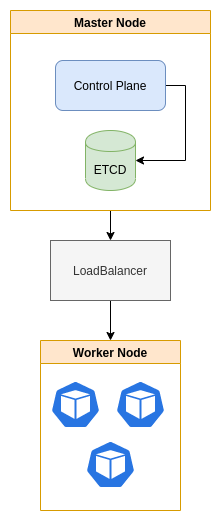
Before: .images/k8s_simple.png, a diagram exported from draw.io (rgroemmer/k8s-introduction). Source tidied: cells renumbered, new cells last; positions are measured from the earlier drawing's top-left corner, leaving out a move shared by most shapes. Its diagram source:
```xml
<mxGraphModel>
  <root>
    <mxCell id="0" />
    <mxCell id="1" parent="0" />
    <mxCell id="2" style="edgeStyle=orthogonalEdgeStyle;rounded=0;jettySize=auto;html=1;entryX=0.5;entryY=0;entryDx=0;entryDy=0;" parent="1" edge="1" source="3" target="8">
      <mxGeometry relative="1" as="geometry" />
    </mxCell>
    <mxCell id="3" value="Master Node" style="swimlane;fillColor=#ffe6cc;strokeColor=#d79b00;" parent="1" vertex="1">
      <mxGeometry width="200" height="200" as="geometry" />
    </mxCell>
    <mxCell id="4" style="edgeStyle=orthogonalEdgeStyle;rounded=0;jettySize=auto;html=1;entryX=1;entryY=0.5;entryDx=0;entryDy=0;exitX=1;exitY=0.5;exitDx=0;exitDy=0;" parent="3" edge="1" source="5" target="6">
      <mxGeometry relative="1" as="geometry">
        <Array as="points">
          <mxPoint x="175" y="75" />
          <mxPoint x="175" y="150" />
        </Array>
      </mxGeometry>
    </mxCell>
    <mxCell id="5" value="Control Plane" style="rounded=1;whiteSpace=wrap;html=1;fillColor=#dae8fc;strokeColor=#6c8ebf;" parent="3" vertex="1">
      <mxGeometry x="45" y="50" width="110" height="50" as="geometry" />
    </mxCell>
    <mxCell id="6" value="ETCD" style="shape=cylinder;whiteSpace=wrap;html=1;boundedLbl=1;backgroundOutline=1;fillColor=#d5e8d4;strokeColor=#82b366;" parent="3" vertex="1">
      <mxGeometry x="75" y="120" width="50" height="60" as="geometry" />
    </mxCell>
    <mxCell id="7" style="edgeStyle=orthogonalEdgeStyle;rounded=0;jettySize=auto;html=1;entryX=0.5;entryY=0;entryDx=0;entryDy=0;" parent="1" edge="1" source="8" target="9">
      <mxGeometry relative="1" as="geometry" />
    </mxCell>
    <mxCell id="8" value="LoadBalancer" style="rounded=0;whiteSpace=wrap;html=1;fillColor=#f5f5f5;strokeColor=#666666;fontColor=#333333;" parent="1" vertex="1">
      <mxGeometry x="40" y="230" width="120" height="60" as="geometry" />
    </mxCell>
    <mxCell id="9" value="Worker Node" style="swimlane;fillColor=#ffe6cc;strokeColor=#d79b00;" parent="1" vertex="1">
      <mxGeometry x="30" y="330" width="140" height="170" as="geometry" />
    </mxCell>
    <mxCell id="10" style="html=1;dashed=0;whitespace=wrap;fillColor=#2875E2;strokeColor=#ffffff;shape=mxgraph.kubernetes.icon;prIcon=pod;" parent="9" vertex="1">
      <mxGeometry x="10" y="40" width="50" height="48" as="geometry" />
    </mxCell>
    <mxCell id="11" style="html=1;dashed=0;whitespace=wrap;fillColor=#2875E2;strokeColor=#ffffff;shape=mxgraph.kubernetes.icon;prIcon=pod;" parent="9" vertex="1">
      <mxGeometry x="75" y="40" width="50" height="48" as="geometry" />
    </mxCell>
    <mxCell id="12" style="html=1;dashed=0;whitespace=wrap;fillColor=#2875E2;strokeColor=#ffffff;shape=mxgraph.kubernetes.icon;prIcon=pod;" parent="9" vertex="1">
      <mxGeometry x="45" y="100" width="50" height="48" as="geometry" />
    </mxCell>
  </root>
</mxGraphModel>
```
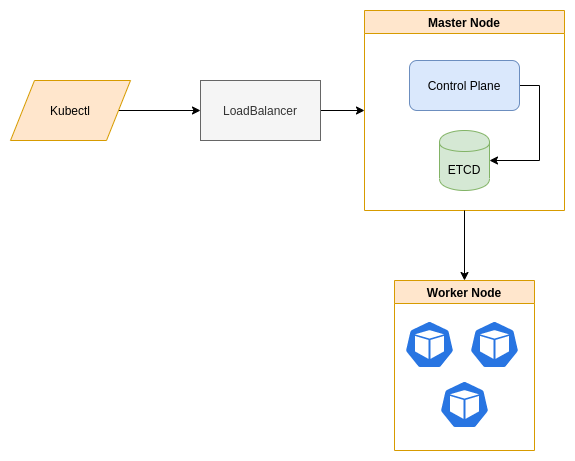
Above is the later version.

Diff of the diagram source:
```diff
@@ -2,11 +2,8 @@
   <root>
     <mxCell id="0" />
     <mxCell id="1" parent="0" />
-    <mxCell id="2" style="edgeStyle=orthogonalEdgeStyle;rounded=0;jettySize=auto;html=1;entryX=0.5;entryY=0;entryDx=0;entryDy=0;" parent="1" edge="1" source="3" target="8">
-      <mxGeometry relative="1" as="geometry" />
-    </mxCell>
     <mxCell id="3" value="Master Node" style="swimlane;fillColor=#ffe6cc;strokeColor=#d79b00;" parent="1" vertex="1">
-      <mxGeometry width="200" height="200" as="geometry" />
+      <mxGeometry x="170" y="40" width="200" height="200" as="geometry" />
     </mxCell>
     <mxCell id="4" style="edgeStyle=orthogonalEdgeStyle;rounded=0;jettySize=auto;html=1;entryX=1;entryY=0.5;entryDx=0;entryDy=0;exitX=1;exitY=0.5;exitDx=0;exitDy=0;" parent="3" edge="1" source="5" target="6">
       <mxGeometry relative="1" as="geometry">
@@ -22,14 +19,17 @@
     <mxCell id="6" value="ETCD" style="shape=cylinder;whiteSpace=wrap;html=1;boundedLbl=1;backgroundOutline=1;fillColor=#d5e8d4;strokeColor=#82b366;" parent="3" vertex="1">
       <mxGeometry x="75" y="120" width="50" height="60" as="geometry" />
     </mxCell>
-    <mxCell id="7" style="edgeStyle=orthogonalEdgeStyle;rounded=0;jettySize=auto;html=1;entryX=0.5;entryY=0;entryDx=0;entryDy=0;" parent="1" edge="1" source="8" target="9">
+    <mxCell id="7" style="edgeStyle=orthogonalEdgeStyle;rounded=0;jettySize=auto;html=1;entryX=0.5;entryY=0;entryDx=0;entryDy=0;exitX=0.5;exitY=1;exitDx=0;exitDy=0;" parent="1" edge="1" source="3" target="9">
       <mxGeometry relative="1" as="geometry" />
     </mxCell>
+    <mxCell id="13" style="edgeStyle=orthogonalEdgeStyle;rounded=0;jettySize=auto;html=1;entryX=0;entryY=0.5;entryDx=0;entryDy=0;" parent="1" edge="1" source="8" target="3">
+      <mxGeometry relative="1" as="geometry" />
+    </mxCell>
     <mxCell id="8" value="LoadBalancer" style="rounded=0;whiteSpace=wrap;html=1;fillColor=#f5f5f5;strokeColor=#666666;fontColor=#333333;" parent="1" vertex="1">
-      <mxGeometry x="40" y="230" width="120" height="60" as="geometry" />
+      <mxGeometry x="6" y="110" width="120" height="60" as="geometry" />
     </mxCell>
     <mxCell id="9" value="Worker Node" style="swimlane;fillColor=#ffe6cc;strokeColor=#d79b00;" parent="1" vertex="1">
-      <mxGeometry x="30" y="330" width="140" height="170" as="geometry" />
+      <mxGeometry x="200" y="310" width="140" height="170" as="geometry" />
     </mxCell>
     <mxCell id="10" style="html=1;dashed=0;whitespace=wrap;fillColor=#2875E2;strokeColor=#ffffff;shape=mxgraph.kubernetes.icon;prIcon=pod;" parent="9" vertex="1">
       <mxGeometry x="10" y="40" width="50" height="48" as="geometry" />
@@ -40,5 +40,11 @@
     <mxCell id="12" style="html=1;dashed=0;whitespace=wrap;fillColor=#2875E2;strokeColor=#ffffff;shape=mxgraph.kubernetes.icon;prIcon=pod;" parent="9" vertex="1">
       <mxGeometry x="45" y="100" width="50" height="48" as="geometry" />
     </mxCell>
+    <mxCell id="14" style="edgeStyle=orthogonalEdgeStyle;rounded=0;jettySize=auto;html=1;entryX=0;entryY=0.5;entryDx=0;entryDy=0;" parent="1" edge="1" source="15" target="8">
+      <mxGeometry relative="1" as="geometry" />
+    </mxCell>
+    <mxCell id="15" value="Kubectl" style="shape=parallelogram;perimeter=parallelogramPerimeter;whiteSpace=wrap;html=1;fillColor=#ffe6cc;strokeColor=#d79b00;" parent="1" vertex="1">
+      <mxGeometry x="-184" y="110" width="120" height="60" as="geometry" />
+    </mxCell>
   </root>
 </mxGraphModel>
```
